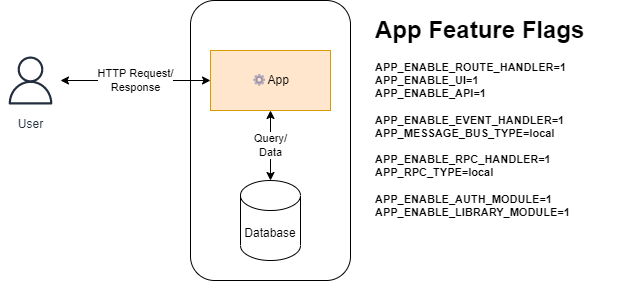
state-alchemists/amalgam keeps this draw.io diagram as myProject/myApp/_docs/motivation-and-architecture/images/fastApp-monolith.png. Above is the earlier version. Source tidied: cells renumbered, new cells last; positions are measured from the earlier drawing's top-left corner, leaving out a move shared by most shapes.
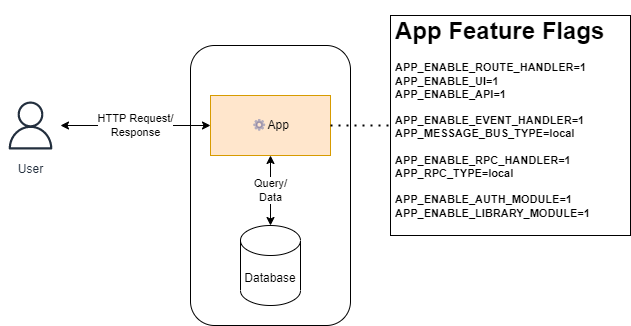
The same file after the commit.

Diff of the diagram source:
```diff
@@ -20,8 +20,11 @@
     <mxCell id="7" value="Query/&lt;br&gt;Data" style="endArrow=classic;startArrow=classic;html=1;rounded=0;entryX=0.5;entryY=1;entryDx=0;entryDy=0;exitX=0.5;exitY=0;exitDx=0;exitDy=0;exitPerimeter=0;" parent="1" edge="1" source="3" target="4">
       <mxGeometry relative="1" as="geometry" />
     </mxCell>
-    <mxCell id="8" value="&lt;h1&gt;App Feature Flags&lt;/h1&gt;&lt;p style=&quot;font-size: 11px;&quot;&gt;&lt;b&gt;APP_ENABLE_ROUTE_HANDLER=1&lt;br&gt;APP_ENABLE_UI=1&lt;br&gt;APP_ENABLE_API=1&lt;br&gt;&lt;br&gt;APP_ENABLE_EVENT_HANDLER=1&lt;br&gt;APP_MESSAGE_BUS_TYPE=local&lt;br&gt;&lt;br&gt;APP_ENABLE_RPC_HANDLER=1&lt;br&gt;APP_RPC_TYPE=local&lt;br&gt;&lt;br&gt;APP_ENABLE_AUTH_MODULE=1&lt;br&gt;APP_ENABLE_LIBRARY_MODULE=1&lt;/b&gt;&lt;/p&gt;" style="text;html=1;strokeColor=none;fillColor=none;spacing=5;spacingTop=-20;whiteSpace=wrap;overflow=hidden;rounded=0;" parent="1" vertex="1">
-      <mxGeometry x="370" y="10" width="250" height="270" as="geometry" />
+    <mxCell id="8" value="&lt;h1&gt;App Feature Flags&lt;/h1&gt;&lt;p style=&quot;font-size: 11px;&quot;&gt;&lt;b&gt;APP_ENABLE_ROUTE_HANDLER=1&lt;br&gt;APP_ENABLE_UI=1&lt;br&gt;APP_ENABLE_API=1&lt;br&gt;&lt;br&gt;APP_ENABLE_EVENT_HANDLER=1&lt;br&gt;APP_MESSAGE_BUS_TYPE=local&lt;br&gt;&lt;br&gt;APP_ENABLE_RPC_HANDLER=1&lt;br&gt;APP_RPC_TYPE=local&lt;br&gt;&lt;br&gt;APP_ENABLE_AUTH_MODULE=1&lt;br&gt;APP_ENABLE_LIBRARY_MODULE=1&lt;/b&gt;&lt;/p&gt;" style="text;html=1;strokeColor=default;fillColor=none;spacing=5;spacingTop=-20;whiteSpace=wrap;overflow=hidden;rounded=0;verticalAlign=middle;" parent="1" vertex="1">
+      <mxGeometry x="390" y="-30" width="240" height="220" as="geometry" />
     </mxCell>
+    <mxCell id="9" style="endArrow=none;dashed=1;html=1;dashPattern=1 3;strokeWidth=2;rounded=0;exitX=1;exitY=0.5;exitDx=0;exitDy=0;" parent="1" edge="1" source="4" target="8">
+      <mxGeometry relative="1" as="geometry" />
+    </mxCell>
   </root>
 </mxGraphModel>
```
